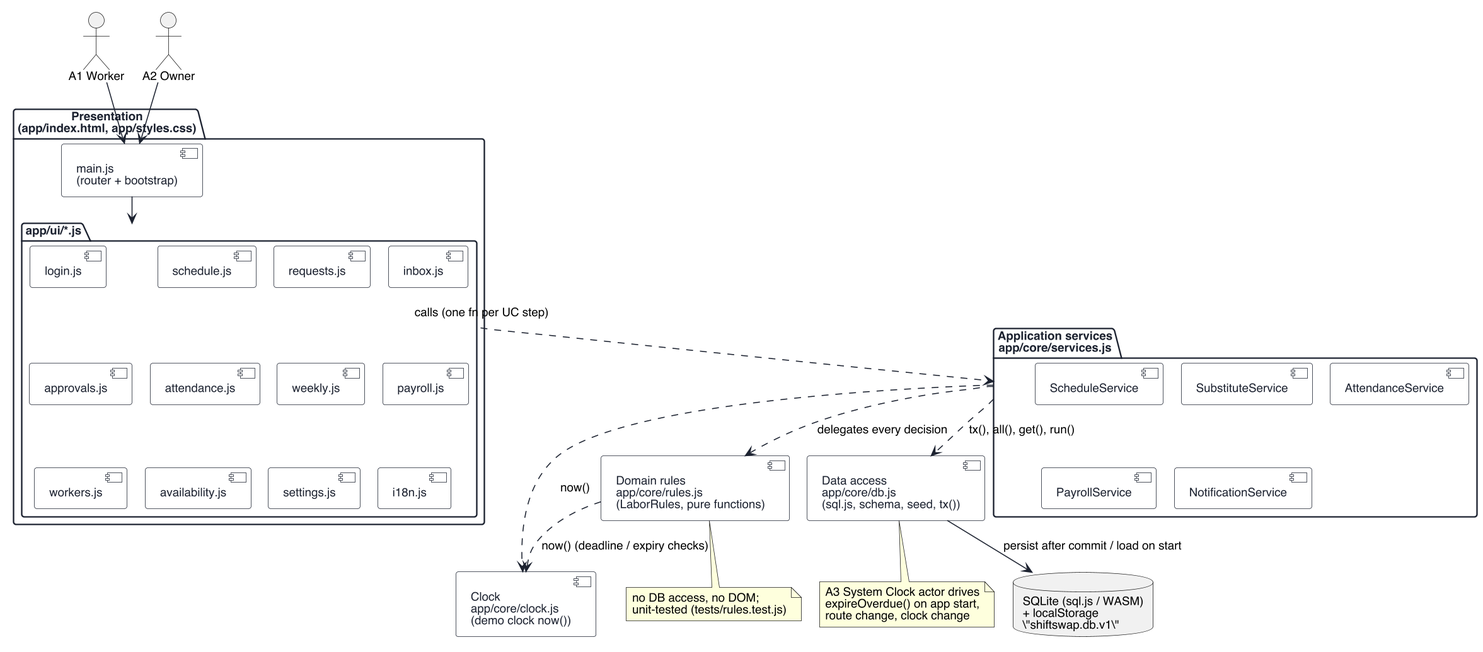
This is uml/component.png from keemlogan/shiftswap, a PlantUML export, as it was before one commit.
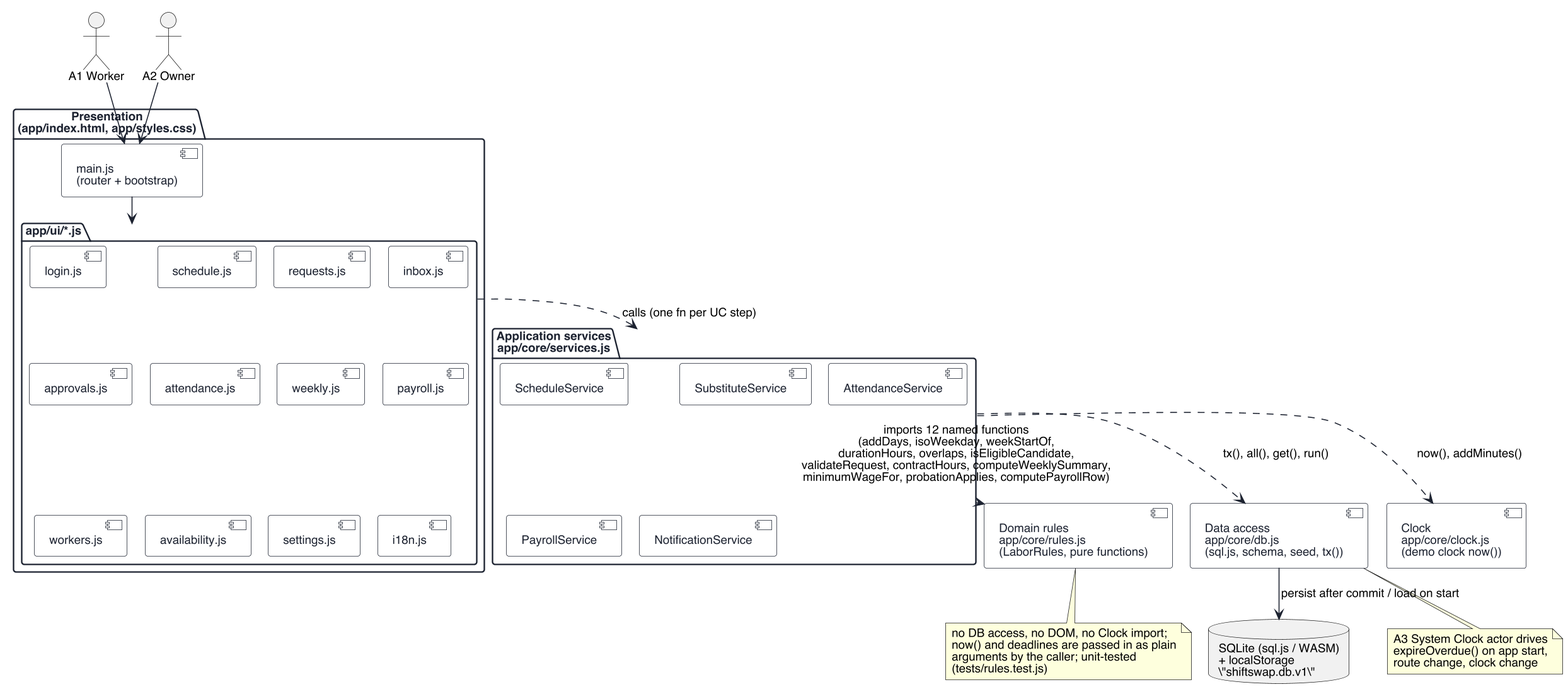
After the commit.

What changed in the source:
```diff
@@ -63,15 +63,16 @@
 Main --> UI
 
 UI ..> AppServices : calls (one fn per UC step)
-AppServices ..> Rules : delegates every decision
+AppServices ..> Rules : imports 12 named functions\n(addDays, isoWeekday, weekStartOf,\ndurationHours, overlaps, isEligibleCandidate,\nvalidateRequest, contractHours, computeWeeklySummary,\nminimumWageFor, probationApplies, computePayrollRow)
 AppServices ..> DBModule : tx(), all(), get(), run()
-AppServices ..> Clock : now()
-Rules ..> Clock : now() (deadline / expiry checks)
+AppServices ..> Clock : now(), addMinutes()
 DBModule --> Storage : persist after commit / load on start
 
 note bottom of Rules
-  no DB access, no DOM;
-  unit-tested (tests/rules.test.js)
+  no DB access, no DOM, no Clock import;
+  now() and deadlines are passed in as plain
+  arguments by the caller; unit-tested
+  (tests/rules.test.js)
 end note
 
 note bottom of DBModule
```
